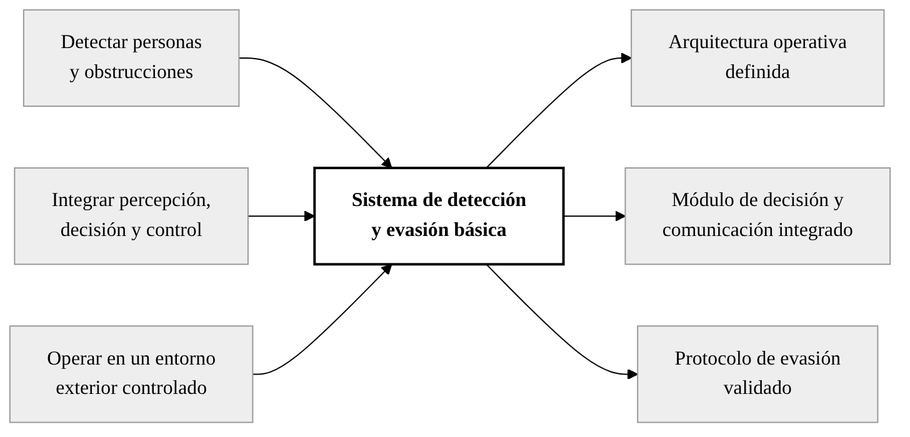
The Mermaid diagram docs/documento/diagramas/06_caja_negra.png in brahianorrego/Tesis-IA-Drone, before a commit. Its source is kept beside it as docs/documento/diagramas/06_caja_negra.mmd. Source of this version:
```mermaid
flowchart LR
    E1["Detectar personas<br/>y obstrucciones"] --> S
    E2["Integrar percepción,<br/>decisión y control"] --> S
    E3["Operar en un entorno<br/>exterior controlado"] --> S
    S["<b>Sistema de detección<br/>y evasión básica</b>"]
    S --> O1["Arquitectura operativa<br/>definida"]
    S --> O2["Módulo de decisión y<br/>comunicación integrado"]
    S --> O3["Protocolo de evasión<br/>validado"]
    style S fill:#ffffff,stroke:#000000,stroke-width:2px
```
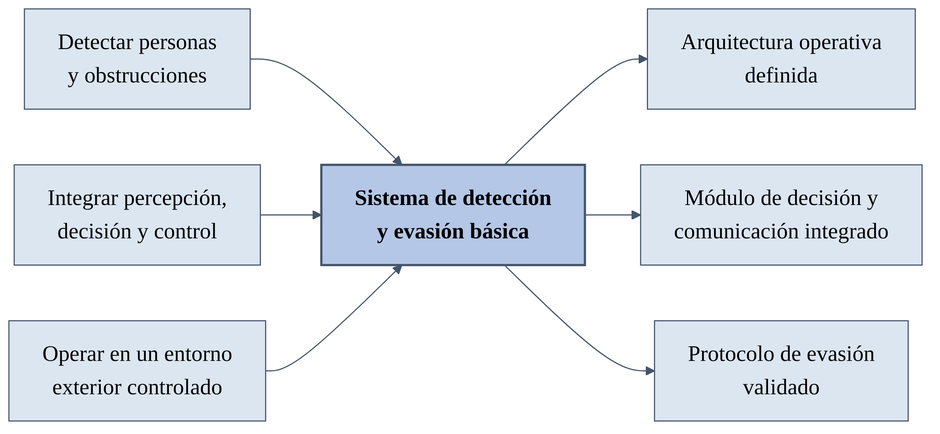
The same diagram one commit later.

Change to the diagram source:
```diff
@@ -6,4 +6,4 @@
     S --> O1["Arquitectura operativa<br/>definida"]
     S --> O2["Módulo de decisión y<br/>comunicación integrado"]
     S --> O3["Protocolo de evasión<br/>validado"]
-    style S fill:#ffffff,stroke:#000000,stroke-width:2px
+    style S fill:#B4C7E7,stroke:#44546A,stroke-width:2px
```
